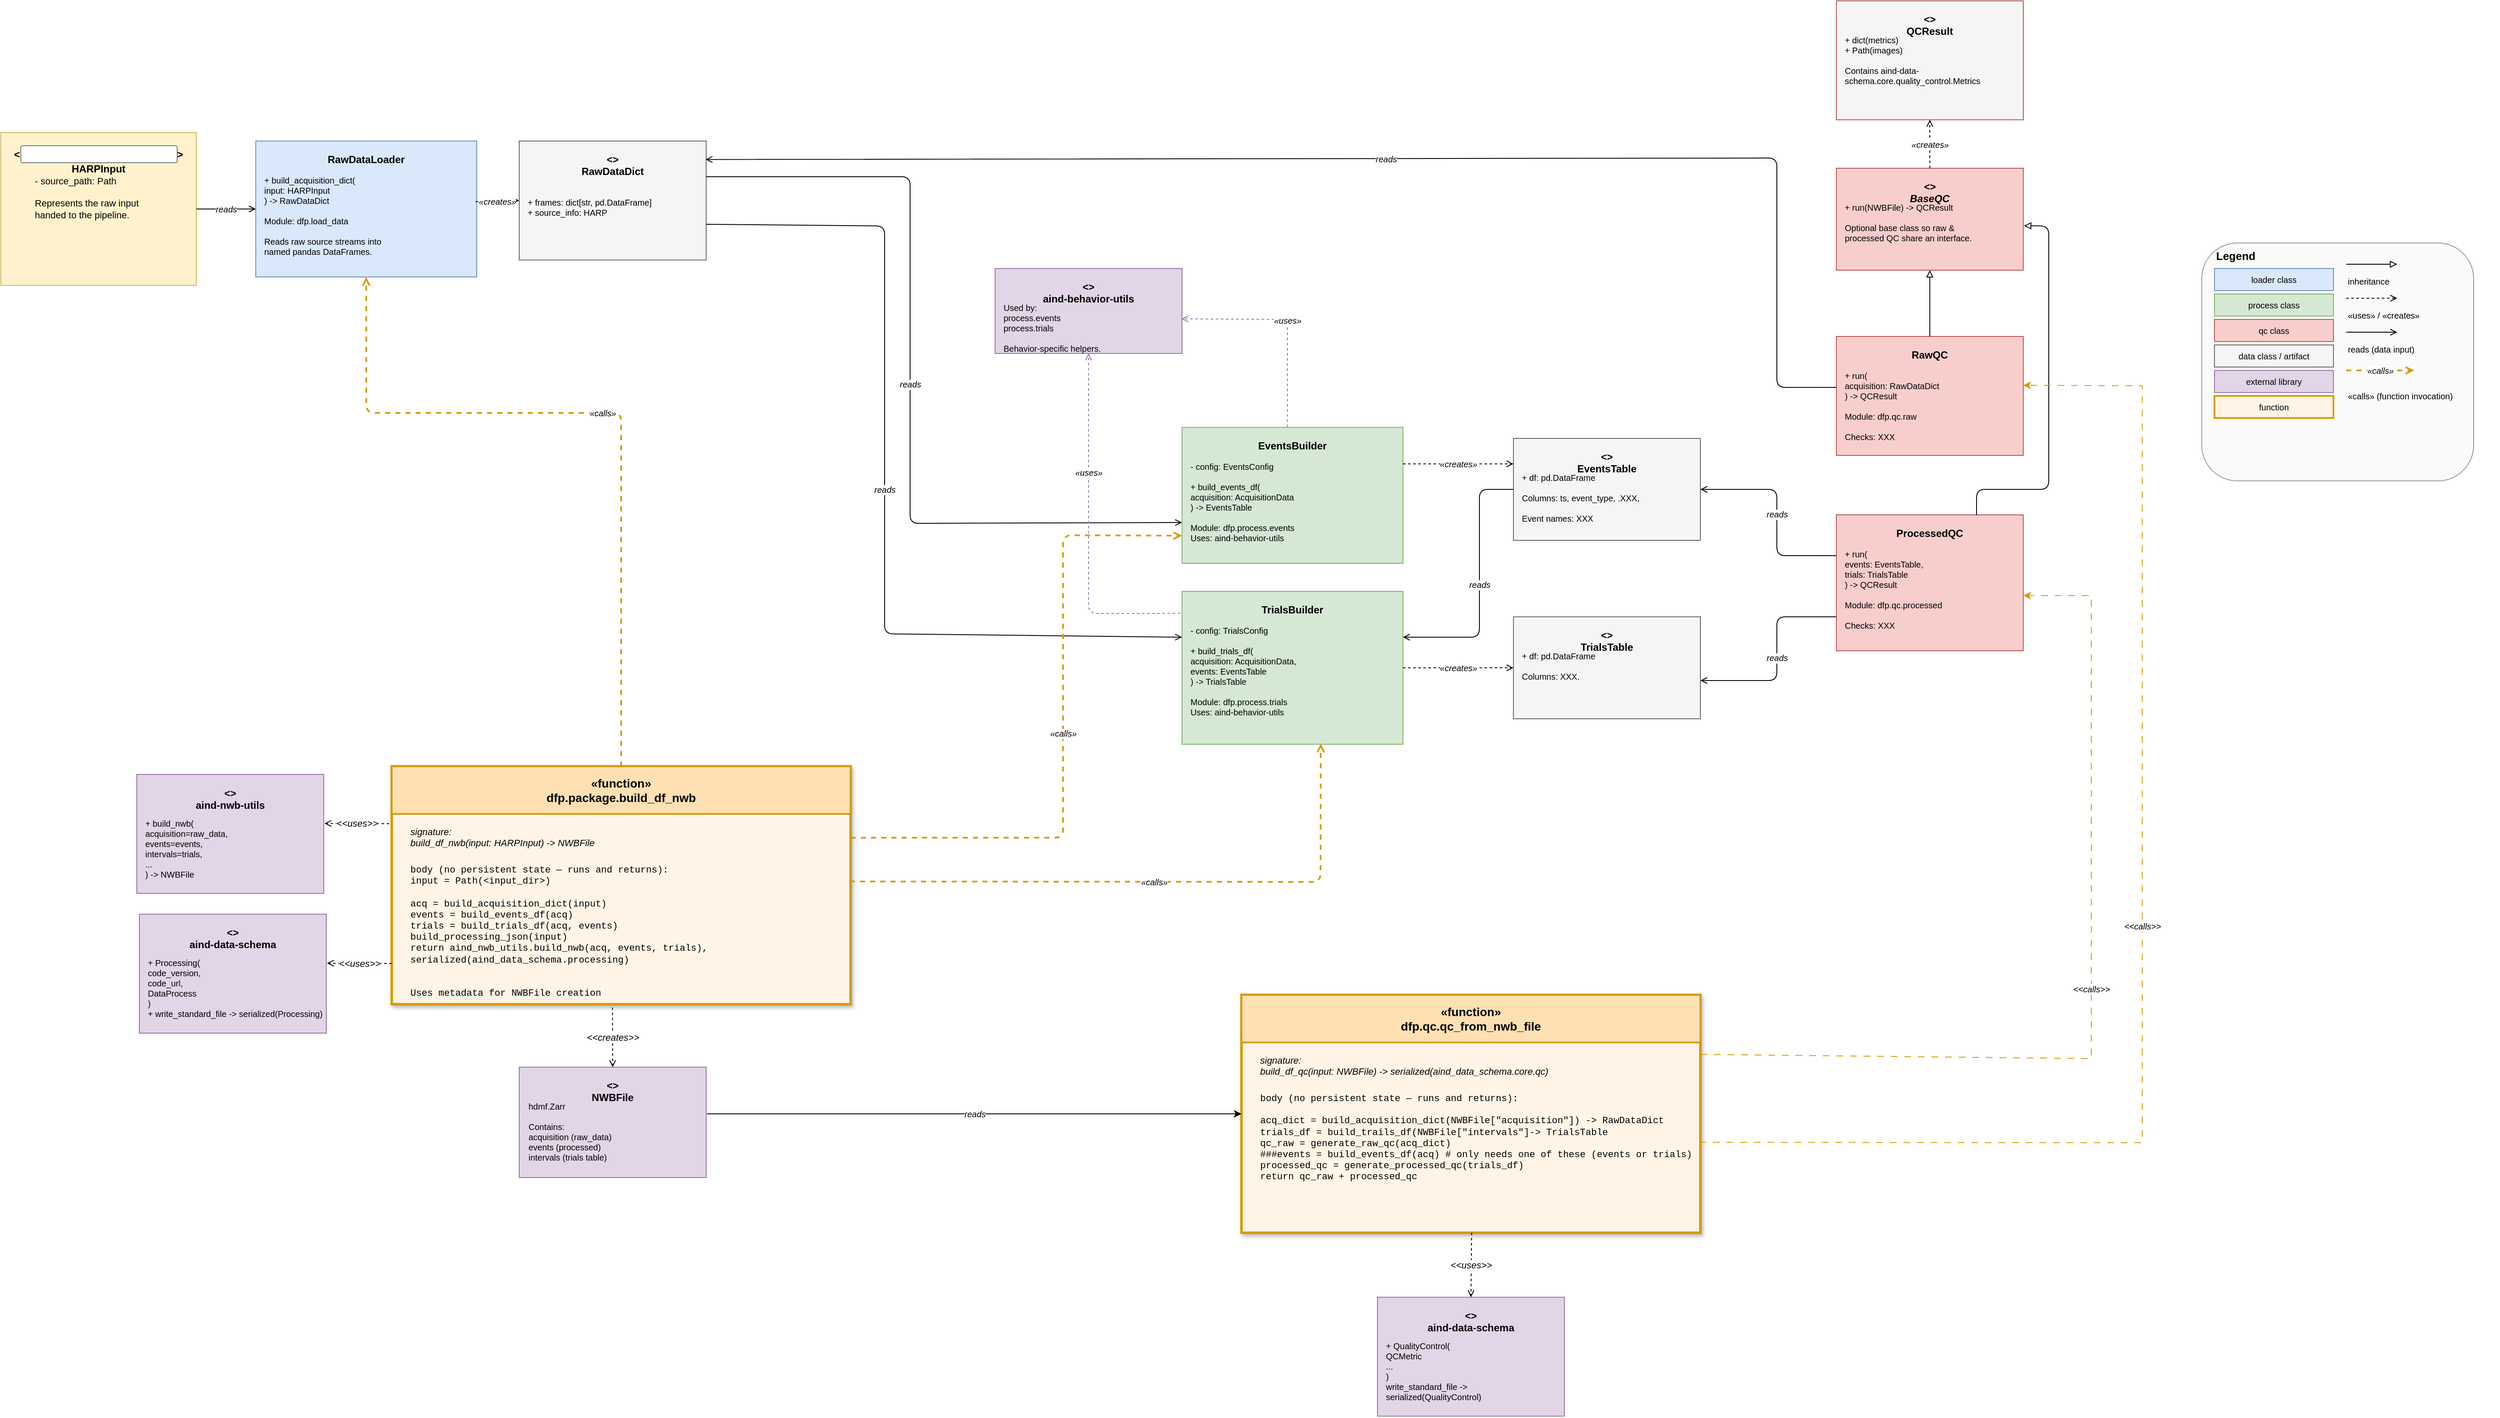
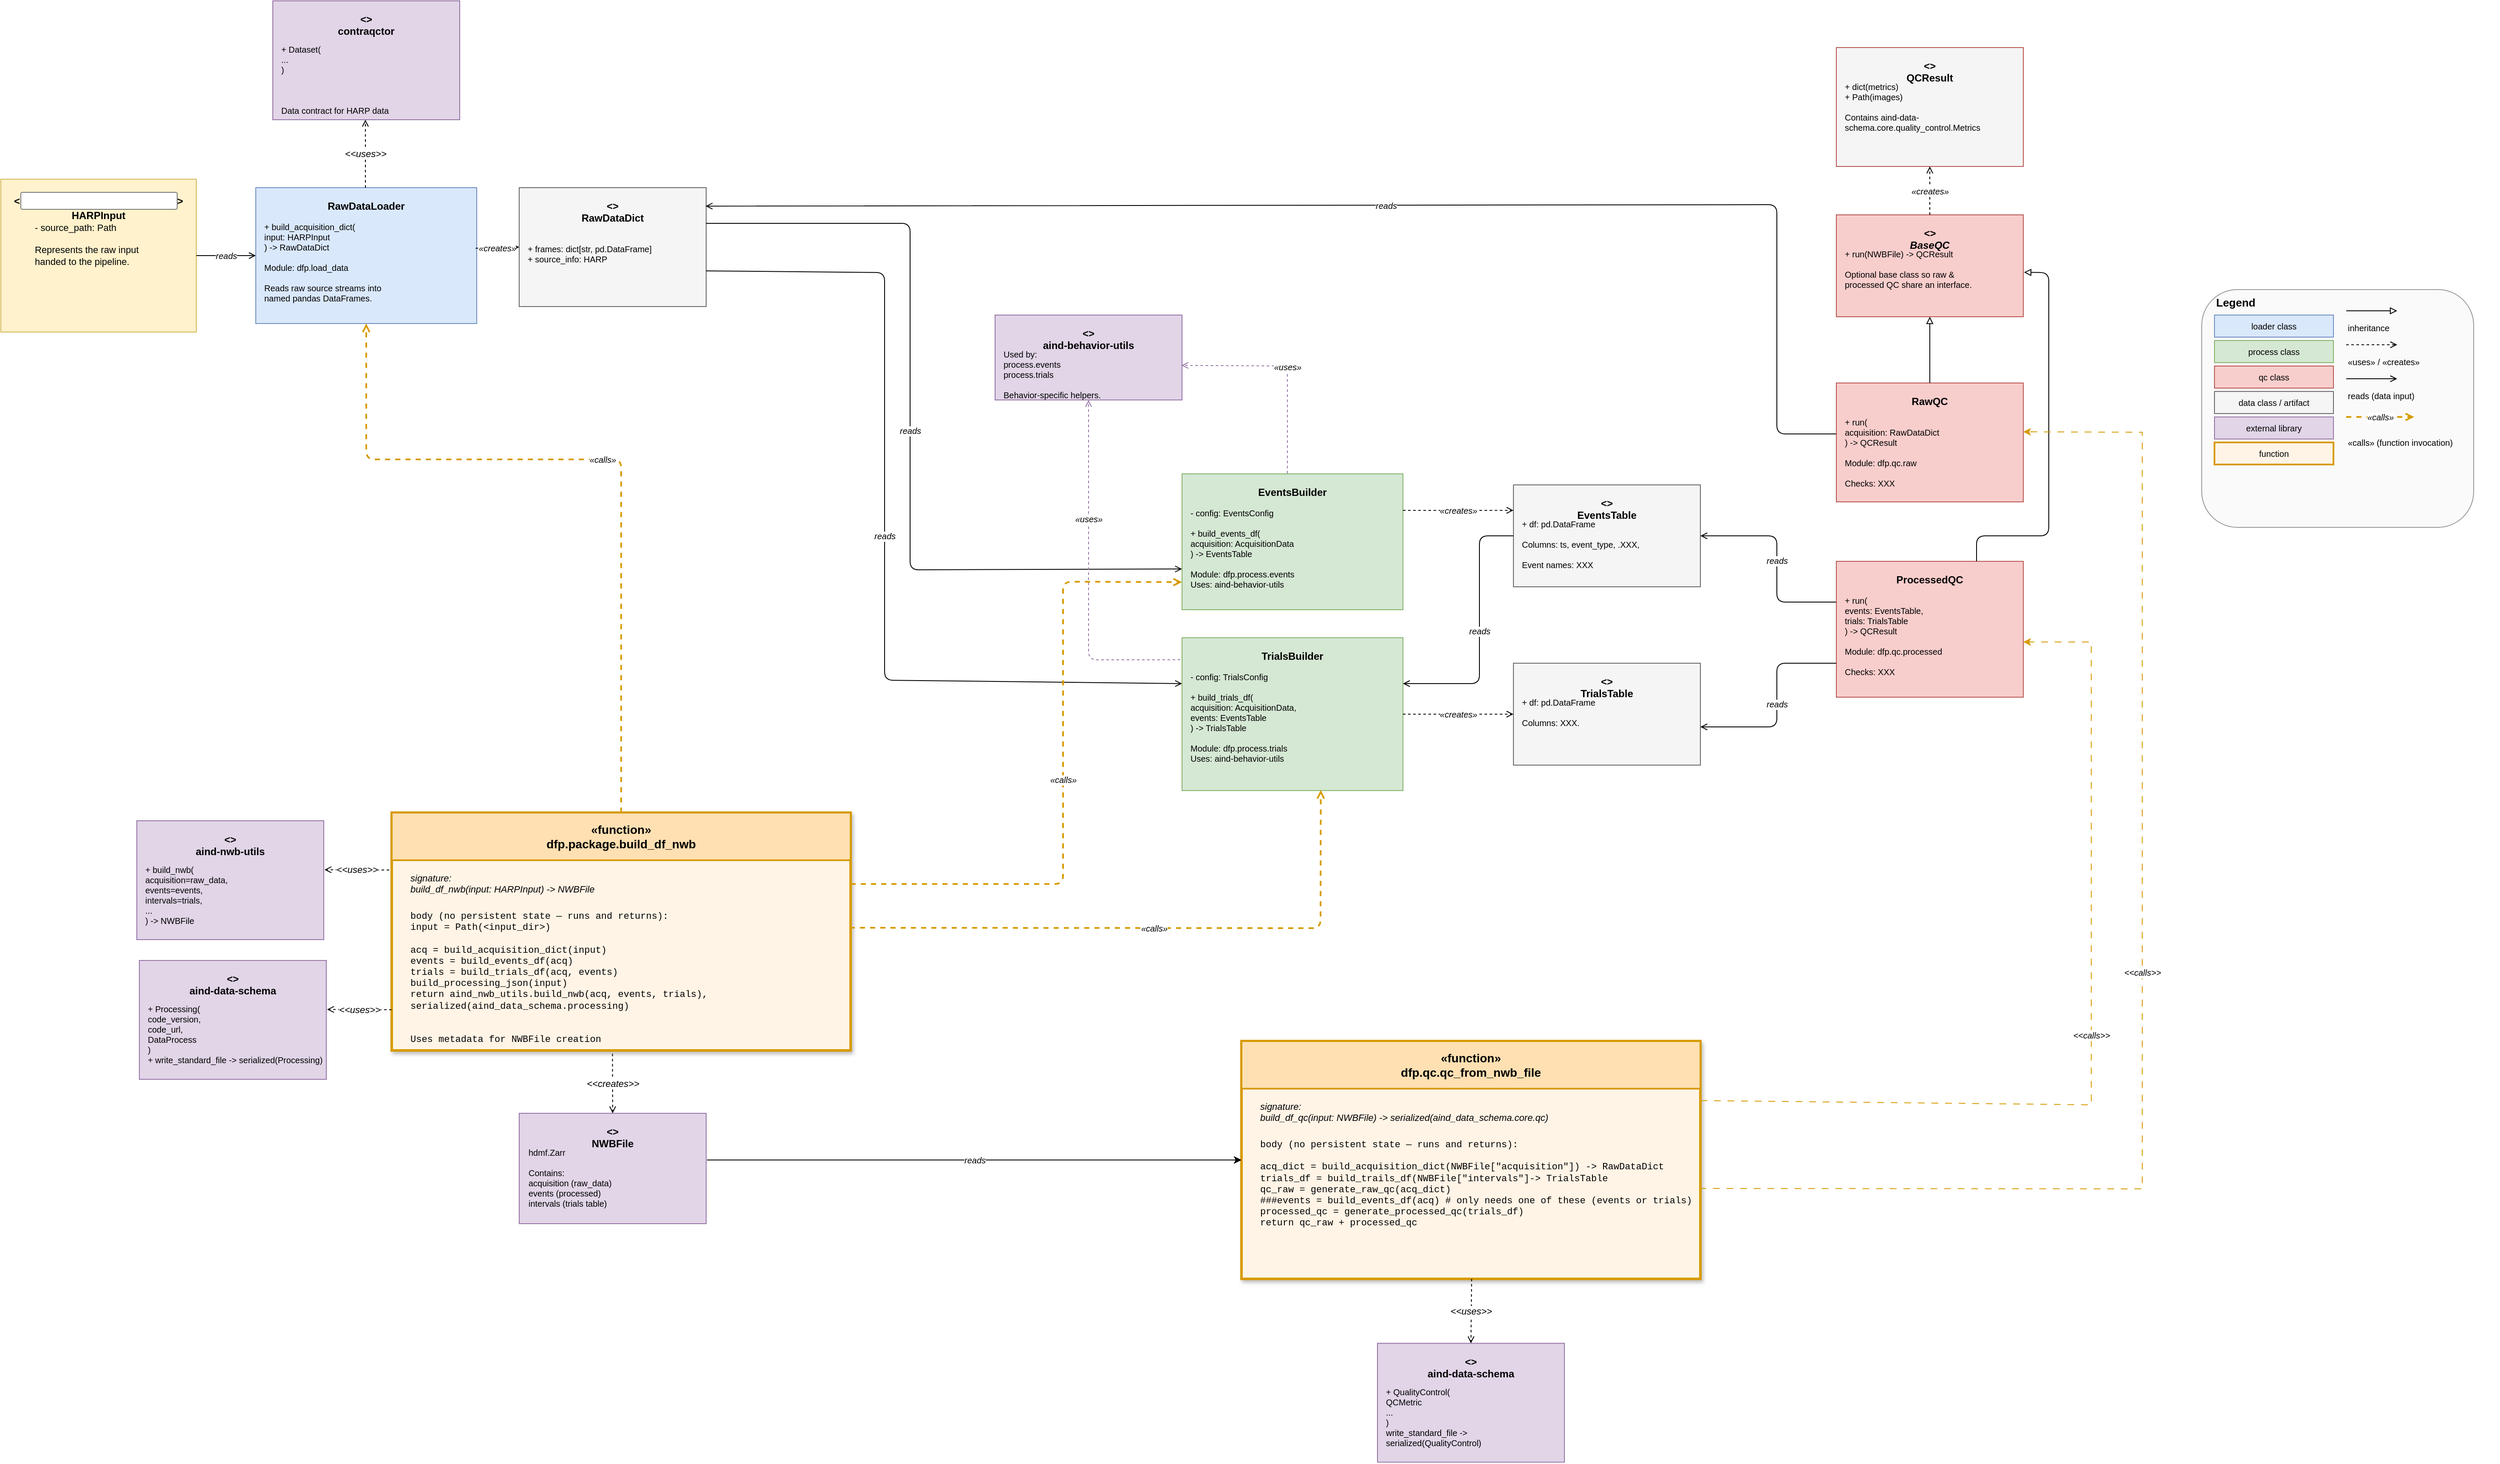
<mxfile host="Electron" agent="Mozilla/5.0 (Windows NT 10.0; Win64; x64) AppleWebKit/537.36 (KHTML, like Gecko) draw.io/29.2.9 Chrome/140.0.7339.249 Electron/38.7.2 Safari/537.36" version="29.2.9">
  <diagram name="UML Class Diagram" id="uml-classes">
-     <mxGraphModel dx="2910" dy="993" grid="1" gridSize="10" guides="1" tooltips="1" connect="1" arrows="1" fold="1" page="1" pageScale="1" pageWidth="1600" pageHeight="1100" math="0" shadow="0">
+     <mxGraphModel dx="2539" dy="593" grid="1" gridSize="10" guides="1" tooltips="1" connect="1" arrows="1" fold="1" page="1" pageScale="1" pageWidth="1600" pageHeight="1100" math="0" shadow="0">
      <root>
        <mxCell id="0" />
        <mxCell id="1" parent="0" />
        <mxCell id="harp-input" parent="1" style="rounded=0;whiteSpace=wrap;html=1;fillColor=#fff2cc;strokeColor=#d6b656;fontStyle=1;fontSize=12;verticalAlign=top;spacingTop=8" value="&lt;&lt;input&gt;&gt;&#xa;HARPInput" vertex="1">
          <mxGeometry height="180" width="230" x="-460" y="320" as="geometry" />
        </mxCell>
        <mxCell id="harp-input-body" parent="1" style="text;html=1;strokeColor=none;fillColor=none;align=left;verticalAlign=top;whiteSpace=wrap;fontSize=11;spacingLeft=8;spacingTop=4" value="- source_path: Path&lt;br&gt;&lt;br&gt;Represents the raw input&lt;br&gt;handed to the pipeline." vertex="1">
          <mxGeometry height="90" width="200" x="-430" y="360" as="geometry" />
        </mxCell>
        <mxCell id="acq-data" parent="1" style="rounded=0;whiteSpace=wrap;html=1;fillColor=#f5f5f5;strokeColor=#666666;fontStyle=1;fontSize=12;verticalAlign=top;spacingTop=8" value="&amp;lt;&lt;data class=&quot;&quot;&gt;&amp;gt;&lt;br&gt;RawDataDict&lt;/data&gt;" vertex="1">
          <mxGeometry height="140" width="220" x="150" y="330" as="geometry" />
        </mxCell>
        <mxCell id="acq-data-body" parent="1" style="text;html=1;strokeColor=none;fillColor=none;align=left;verticalAlign=top;whiteSpace=wrap;fontSize=10;spacingLeft=8;spacingTop=4" value="&lt;div&gt;&lt;br&gt;&lt;/div&gt;&lt;div&gt;&lt;br&gt;&lt;/div&gt;+ frames: dict[str, pd.DataFrame]&lt;br&gt;+ source_info: HARP&lt;br&gt;&lt;div&gt;&lt;br&gt;&lt;/div&gt;" vertex="1">
          <mxGeometry height="110" width="220" x="150" y="362" as="geometry" />
        </mxCell>
        <mxCell id="events-data" parent="1" style="rounded=0;whiteSpace=wrap;html=1;fillColor=#f5f5f5;strokeColor=#666666;fontStyle=1;fontSize=12;verticalAlign=top;spacingTop=8" value="&lt;&lt;data class&gt;&gt;&#xa;EventsTable" vertex="1">
          <mxGeometry height="120" width="220" x="1320" y="680" as="geometry" />
        </mxCell>
        <mxCell id="events-data-body" parent="1" style="text;html=1;strokeColor=none;fillColor=none;align=left;verticalAlign=top;whiteSpace=wrap;fontSize=10;spacingLeft=8;spacingTop=4" value="+ df: pd.DataFrame&lt;br&gt;&lt;br&gt;Columns: ts, event_type, .XXX,&lt;div&gt;&lt;br&gt;&lt;/div&gt;&lt;div&gt;Event names: XXX&lt;/div&gt;" vertex="1">
          <mxGeometry height="90" width="220" x="1320" y="710" as="geometry" />
        </mxCell>
        <mxCell id="trials-data" parent="1" style="rounded=0;whiteSpace=wrap;html=1;fillColor=#f5f5f5;strokeColor=#666666;fontStyle=1;fontSize=12;verticalAlign=top;spacingTop=8" value="&lt;&lt;data class&gt;&gt;&#xa;TrialsTable" vertex="1">
          <mxGeometry height="120" width="220" x="1320" y="890" as="geometry" />
        </mxCell>
        <mxCell id="trials-data-body" parent="1" style="text;html=1;strokeColor=none;fillColor=none;align=left;verticalAlign=top;whiteSpace=wrap;fontSize=10;spacingLeft=8;spacingTop=4" value="+ df: pd.DataFrame&lt;br&gt;&lt;br&gt;Columns: XXX." vertex="1">
          <mxGeometry height="90" width="220" x="1320" y="920" as="geometry" />
        </mxCell>
        <mxCell id="acq-loader" parent="1" style="rounded=0;whiteSpace=wrap;html=1;fillColor=#dae8fc;strokeColor=#6c8ebf;fontStyle=1;fontSize=12;verticalAlign=top;spacingTop=8" value="RawDataLoader" vertex="1">
          <mxGeometry height="160" width="260" x="-160" y="330" as="geometry" />
        </mxCell>
        <mxCell id="acq-loader-body" parent="1" style="text;html=1;strokeColor=none;fillColor=none;align=left;verticalAlign=top;whiteSpace=wrap;fontSize=10;spacingLeft=8;spacingTop=4" value="+ build_acquisition_dict(&lt;br&gt;     input: HARPInput&lt;br&gt;   ) -&amp;gt; RawDataDict&lt;br&gt;&lt;br&gt;Module: dfp.load_data&lt;br&gt;&lt;br&gt;Reads raw source streams into&lt;br&gt;named pandas DataFrames." vertex="1">
          <mxGeometry height="130" width="260" x="-160" y="360" as="geometry" />
        </mxCell>
        <mxCell id="events-builder" parent="1" style="rounded=0;whiteSpace=wrap;html=1;fillColor=#d5e8d4;strokeColor=#82b366;fontStyle=1;fontSize=12;verticalAlign=top;spacingTop=8" value="EventsBuilder" vertex="1">
          <mxGeometry height="160" width="260" x="930" y="667" as="geometry" />
        </mxCell>
        <mxCell id="events-builder-body" parent="1" style="text;html=1;strokeColor=none;fillColor=none;align=left;verticalAlign=top;whiteSpace=wrap;fontSize=10;spacingLeft=8;spacingTop=4" value="- config: EventsConfig&lt;br&gt;&lt;br&gt;+ build_events_df(&lt;br&gt;     acquisition: AcquisitionData&lt;br&gt;   ) -&amp;gt; EventsTable&amp;nbsp;&lt;br&gt;&lt;br&gt;Module: dfp.process.events&lt;br&gt;Uses: aind-behavior-utils" vertex="1">
          <mxGeometry height="130" width="260" x="930" y="697" as="geometry" />
        </mxCell>
        <mxCell id="trials-builder" parent="1" style="rounded=0;whiteSpace=wrap;html=1;fillColor=#d5e8d4;strokeColor=#82b366;fontStyle=1;fontSize=12;verticalAlign=top;spacingTop=8" value="TrialsBuilder" vertex="1">
          <mxGeometry height="180" width="260" x="930" y="860" as="geometry" />
        </mxCell>
        <mxCell id="trials-builder-body" parent="1" style="text;html=1;strokeColor=none;fillColor=none;align=left;verticalAlign=top;whiteSpace=wrap;fontSize=10;spacingLeft=8;spacingTop=4" value="- config: TrialsConfig&lt;br&gt;&lt;br&gt;+ build_trials_df(&lt;br&gt;     acquisition: AcquisitionData,&lt;br&gt;     events: EventsTable&lt;br&gt;   ) -&amp;gt; TrialsTable&lt;div&gt;&lt;br&gt;Module: dfp.process.trials&lt;br&gt;Uses: aind-behavior-utils&lt;/div&gt;" vertex="1">
          <mxGeometry height="150" width="260" x="930" y="890" as="geometry" />
        </mxCell>
        <mxCell id="qc-result" parent="1" style="rounded=0;whiteSpace=wrap;html=1;fillColor=#f5f5f5;strokeColor=#b85450;fontStyle=1;fontSize=12;verticalAlign=top;spacingTop=8" value="&lt;&lt;data class&gt;&gt;&#xa;QCResult" vertex="1">
          <mxGeometry height="140" width="220" x="1700" y="165" as="geometry" />
        </mxCell>
        <mxCell id="qc-result-body" parent="1" style="text;html=1;strokeColor=none;fillColor=none;align=left;verticalAlign=top;whiteSpace=wrap;fontSize=10;spacingLeft=8;spacingTop=4" value="+ dict(metrics)&lt;br&gt;&lt;div&gt;+ Path(images)&lt;br&gt;&lt;br&gt;Contains aind-data-schema.core.quality_control.Metrics&lt;/div&gt;" vertex="1">
          <mxGeometry height="110" width="220" x="1700" y="195" as="geometry" />
        </mxCell>
        <mxCell id="qc-base" parent="1" style="rounded=0;whiteSpace=wrap;html=1;fillColor=#f8cecc;strokeColor=#b85450;fontStyle=1;fontSize=12;verticalAlign=top;spacingTop=8;fontStyle=3" value="&lt;&lt;abstract&gt;&gt;&#xa;BaseQC" vertex="1">
          <mxGeometry height="120" width="220" x="1700" y="362" as="geometry" />
        </mxCell>
        <mxCell id="qc-base-body" parent="1" style="text;html=1;strokeColor=none;fillColor=none;align=left;verticalAlign=top;whiteSpace=wrap;fontSize=10;spacingLeft=8;spacingTop=4" value="+ run(NWBFile) -&amp;gt; QCResult&lt;br&gt;&lt;br&gt;Optional base class so raw &amp;amp;&lt;br&gt;processed QC share an interface." vertex="1">
          <mxGeometry height="90" width="220" x="1700" y="392" as="geometry" />
        </mxCell>
        <mxCell id="raw-qc" parent="1" style="rounded=0;whiteSpace=wrap;html=1;fillColor=#f8cecc;strokeColor=#b85450;fontStyle=1;fontSize=12;verticalAlign=top;spacingTop=8" value="RawQC" vertex="1">
          <mxGeometry height="140" width="220" x="1700" y="560" as="geometry" />
        </mxCell>
        <mxCell id="raw-qc-body" parent="1" style="text;html=1;strokeColor=none;fillColor=none;align=left;verticalAlign=top;whiteSpace=wrap;fontSize=10;spacingLeft=8;spacingTop=4" value="+ run(&lt;br&gt;     acquisition: RawDataDict&lt;br&gt;   ) -&amp;gt; QCResult&lt;br&gt;&lt;br&gt;Module: dfp.qc.raw&lt;br&gt;&lt;div&gt;&lt;br&gt;&lt;/div&gt;&lt;div&gt;Checks: XXX&lt;/div&gt;" vertex="1">
          <mxGeometry height="110" width="220" x="1700" y="590" as="geometry" />
        </mxCell>
        <mxCell id="proc-qc" parent="1" style="rounded=0;whiteSpace=wrap;html=1;fillColor=#f8cecc;strokeColor=#b85450;fontStyle=1;fontSize=12;verticalAlign=top;spacingTop=8" value="ProcessedQC" vertex="1">
          <mxGeometry height="160" width="220" x="1700" y="770" as="geometry" />
        </mxCell>
        <mxCell id="proc-qc-body" parent="1" style="text;html=1;strokeColor=none;fillColor=none;align=left;verticalAlign=top;whiteSpace=wrap;fontSize=10;spacingLeft=8;spacingTop=4" value="+ run(&lt;br&gt;     events: EventsTable,&lt;br&gt;     trials: TrialsTable&lt;br&gt;   ) -&amp;gt; QCResult&lt;br&gt;&lt;br&gt;Module: dfp.qc.processed&lt;br&gt;&lt;br&gt;Checks: XXX" vertex="1">
          <mxGeometry height="130" width="220" x="1700" y="800" as="geometry" />
        </mxCell>
        <mxCell id="pipeline" parent="1" style="rounded=0;whiteSpace=wrap;html=1;fillColor=#fff4e6;strokeColor=#d79b00;strokeWidth=3;fontStyle=1;fontSize=13;verticalAlign=top;spacingTop=8;shadow=1" value="" vertex="1">
          <mxGeometry height="280" width="540" y="1066" as="geometry" />
        </mxCell>
        <mxCell id="pipeline-header" parent="1" style="rounded=0;whiteSpace=wrap;html=1;fillColor=#ffe0b2;strokeColor=#d79b00;strokeWidth=2;fontStyle=1;fontSize=14;verticalAlign=middle;align=center" value="«function»&#xa;dfp.package.build_df_nwb" vertex="1">
          <mxGeometry height="56" width="540" y="1066" as="geometry" />
        </mxCell>
        <mxCell id="pipeline-sig" parent="1" style="text;html=1;strokeColor=none;fillColor=none;align=left;verticalAlign=top;whiteSpace=wrap;fontSize=11;fontStyle=2;spacingLeft=12;spacingTop=4" value="signature:&#xa;   build_df_nwb(input: HARPInput) -&gt; NWBFile" vertex="1">
          <mxGeometry height="40" width="524" x="8" y="1126" as="geometry" />
        </mxCell>
        <mxCell id="pipeline-body" parent="1" style="text;html=1;strokeColor=none;fillColor=none;align=left;verticalAlign=top;whiteSpace=wrap;fontSize=11;fontFamily=Courier New;spacingLeft=12;spacingTop=4" value="body (no persistent state — runs and returns):&lt;br&gt;input = Path(&amp;lt;input_dir&amp;gt;)&lt;div&gt;&lt;br&gt;   acq    = build_acquisition_dict(input)&lt;br&gt;   events = build_events_df(acq)&lt;br&gt;   trials = build_trials_df(acq, events)&lt;div&gt;build_processing_json(input)&lt;br&gt;return aind_nwb_utils.build_nwb(acq, events, trials), serialized(aind_data_schema.processing)&lt;div&gt;&lt;br&gt;&lt;/div&gt;&lt;div&gt;&lt;br&gt;&lt;/div&gt;&lt;div&gt;Uses metadata for NWBFile creation&lt;/div&gt;&lt;/div&gt;&lt;/div&gt;" vertex="1">
          <mxGeometry height="170" width="524" x="8" y="1171" as="geometry" />
        </mxCell>
        <mxCell id="ext-behavior" parent="1" style="rounded=0;whiteSpace=wrap;html=1;fillColor=#e1d5e7;strokeColor=#9673a6;fontStyle=1;fontSize=12;verticalAlign=top;spacingTop=8" value="&lt;&lt;external&gt;&gt;&#xa;aind-behavior-utils" vertex="1">
          <mxGeometry height="100" width="220" x="710" y="480" as="geometry" />
        </mxCell>
        <mxCell id="ext-behavior-body" parent="1" style="text;html=1;strokeColor=none;fillColor=none;align=left;verticalAlign=top;whiteSpace=wrap;fontSize=10;spacingLeft=8;spacingTop=4" value="Used by:&#xa;  process.events&#xa;  process.trials&#xa;&#xa;Behavior-specific helpers." vertex="1">
          <mxGeometry height="70" width="220" x="710" y="510" as="geometry" />
        </mxCell>
        <mxCell id="ext-nwb" parent="1" style="rounded=0;whiteSpace=wrap;html=1;fillColor=#e1d5e7;strokeColor=#9673a6;fontStyle=1;fontSize=12;verticalAlign=top;spacingTop=8" value="&lt;&lt;external&gt;&gt;&#xa;aind-nwb-utils" vertex="1">
          <mxGeometry height="140" width="220" x="-300" y="1075.5" as="geometry" />
        </mxCell>
        <mxCell id="ext-nwb-body" parent="1" style="text;html=1;strokeColor=none;fillColor=none;align=left;verticalAlign=top;whiteSpace=wrap;fontSize=10;spacingLeft=8;spacingTop=4" value="+ build_nwb(&lt;br&gt;acquisition=raw_data,&lt;br&gt;events=events,&lt;br&gt;intervals=trials,&lt;br&gt;     ...&lt;br&gt;   ) -&amp;gt; NWBFile&lt;div&gt;&lt;br&gt;&lt;/div&gt;" vertex="1">
          <mxGeometry height="100" width="220" x="-300" y="1116.5" as="geometry" />
        </mxCell>
        <mxCell id="nwb-file" parent="1" style="rounded=0;whiteSpace=wrap;html=1;fillColor=#e1d5e7;strokeColor=#9673a6;fontStyle=1;fontSize=12;verticalAlign=top;spacingTop=8" value="&lt;&lt;external&gt;&gt;&#xa;NWBFile" vertex="1">
          <mxGeometry height="130" width="220" x="150" y="1420" as="geometry" />
        </mxCell>
        <mxCell id="nwb-file-body" parent="1" style="text;html=1;strokeColor=none;fillColor=none;align=left;verticalAlign=top;whiteSpace=wrap;fontSize=10;spacingLeft=8;spacingTop=4" value="hdmf.Zarr&lt;br&gt;&lt;br&gt;Contains:&lt;br&gt;  acquisition  (raw_data)&lt;br&gt;  events       (processed)&lt;br&gt;  intervals    (trials table)" vertex="1">
          <mxGeometry height="100" width="220" x="151" y="1450" as="geometry" />
        </mxCell>
        <mxCell id="rel-1" edge="1" parent="1" source="harp-input" style="endArrow=open;html=1;exitX=1;exitY=0.5;exitDx=0;exitDy=0;entryX=0;entryY=0.5;entryDx=0;entryDy=0;fontSize=10;fontStyle=2" target="acq-loader" value="reads">
          <mxGeometry relative="1" as="geometry" />
        </mxCell>
        <mxCell id="rel-2" edge="1" parent="1" source="acq-loader-body" style="endArrow=open;html=1;dashed=1;exitX=0.995;exitY=0.318;exitDx=0;exitDy=0;entryX=0;entryY=0.5;entryDx=0;entryDy=0;fontSize=10;fontStyle=2;exitPerimeter=0;" target="acq-data" value="«creates»">
          <mxGeometry relative="1" as="geometry" />
        </mxCell>
        <mxCell id="rel-3" edge="1" parent="1" source="acq-data" style="endArrow=open;html=1;exitX=1;exitY=0.3;exitDx=0;exitDy=0;entryX=0;entryY=0.7;entryDx=0;entryDy=0;fontSize=10;fontStyle=2" target="events-builder" value="reads">
          <mxGeometry relative="1" as="geometry">
            <Array as="points">
              <mxPoint x="610" y="372" />
              <mxPoint x="610" y="780" />
            </Array>
          </mxGeometry>
        </mxCell>
        <mxCell id="rel-4" edge="1" parent="1" style="endArrow=open;html=1;dashed=1;exitX=1;exitY=0.5;exitDx=0;exitDy=0;fontSize=10;fontStyle=2" value="«creates»">
          <mxGeometry relative="1" as="geometry">
            <mxPoint x="1190" y="710" as="sourcePoint" />
            <mxPoint x="1320" y="710" as="targetPoint" />
          </mxGeometry>
        </mxCell>
        <mxCell id="rel-5" edge="1" parent="1" source="acq-data" style="endArrow=open;html=1;exitX=1;exitY=0.7;exitDx=0;exitDy=0;entryX=0;entryY=0.3;entryDx=0;entryDy=0;fontSize=10;fontStyle=2" target="trials-builder" value="reads">
          <mxGeometry relative="1" as="geometry">
            <Array as="points">
              <mxPoint x="580" y="430" />
              <mxPoint x="580" y="910" />
            </Array>
          </mxGeometry>
        </mxCell>
        <mxCell id="rel-6" edge="1" parent="1" source="events-data" style="endArrow=open;html=1;exitX=0;exitY=0.5;exitDx=0;exitDy=0;entryX=1;entryY=0.3;entryDx=0;entryDy=0;fontSize=10;fontStyle=2" target="trials-builder" value="reads">
          <mxGeometry relative="1" as="geometry">
            <Array as="points">
              <mxPoint x="1280" y="740" />
              <mxPoint x="1280" y="914" />
            </Array>
          </mxGeometry>
        </mxCell>
        <mxCell id="rel-7" edge="1" parent="1" source="trials-builder" style="endArrow=open;html=1;dashed=1;exitX=1;exitY=0.5;exitDx=0;exitDy=0;entryX=0;entryY=0.5;entryDx=0;entryDy=0;fontSize=10;fontStyle=2" target="trials-data" value="«creates»">
          <mxGeometry relative="1" as="geometry" />
        </mxCell>
        <mxCell id="rel-inh-1" edge="1" parent="1" source="raw-qc" style="endArrow=block;endFill=0;html=1;exitX=0.5;exitY=0;exitDx=0;exitDy=0;entryX=0.5;entryY=1;entryDx=0;entryDy=0" target="qc-base">
          <mxGeometry relative="1" as="geometry" />
        </mxCell>
        <mxCell id="rel-inh-2" edge="1" parent="1" source="proc-qc" style="endArrow=block;endFill=0;html=1;exitX=0.75;exitY=0;exitDx=0;exitDy=0;entryX=1.004;entryY=0.419;entryDx=0;entryDy=0;entryPerimeter=0;" target="qc-base-body">
          <mxGeometry relative="1" as="geometry">
            <Array as="points">
              <mxPoint x="1865" y="740" />
              <mxPoint x="1950" y="740" />
              <mxPoint x="1950" y="430" />
            </Array>
          </mxGeometry>
        </mxCell>
        <mxCell id="rel-qc-result-1" edge="1" parent="1" source="qc-base" style="endArrow=open;html=1;dashed=1;exitX=0.5;exitY=0;exitDx=0;exitDy=0;entryX=0.5;entryY=1;entryDx=0;entryDy=0;fontSize=10;fontStyle=2" target="qc-result" value="«creates»">
          <mxGeometry relative="1" as="geometry" />
        </mxCell>
        <mxCell id="rel-qc-proc-read-1" edge="1" parent="1" source="proc-qc" style="endArrow=open;html=1;exitX=0;exitY=0.3;exitDx=0;exitDy=0;entryX=1;entryY=0.5;entryDx=0;entryDy=0;fontSize=10;fontStyle=2" target="events-data" value="reads">
          <mxGeometry relative="1" as="geometry">
            <Array as="points">
              <mxPoint x="1630" y="818" />
              <mxPoint x="1630" y="740" />
            </Array>
          </mxGeometry>
        </mxCell>
        <mxCell id="rel-evt-bh" edge="1" parent="1" source="events-builder" style="endArrow=open;html=1;dashed=1;exitX=0.477;exitY=-0.003;exitDx=0;exitDy=0;entryX=0.997;entryY=0.418;entryDx=0;entryDy=0;fontSize=10;fontStyle=2;strokeColor=#9673a6;entryPerimeter=0;exitPerimeter=0;" target="ext-behavior-body" value="«uses»">
          <mxGeometry relative="1" as="geometry">
            <Array as="points">
              <mxPoint x="1054" y="540" />
            </Array>
          </mxGeometry>
        </mxCell>
        <mxCell id="rel-tri-bh" edge="1" parent="1" source="trials-builder" style="endArrow=open;html=1;dashed=1;exitX=-0.008;exitY=0.144;exitDx=0;exitDy=0;entryX=0.5;entryY=1;entryDx=0;entryDy=0;fontSize=10;fontStyle=2;strokeColor=#9673a6;exitPerimeter=0;" target="ext-behavior-body" value="«uses»">
          <mxGeometry relative="1" x="0.3235" as="geometry">
            <mxPoint as="offset" />
            <Array as="points">
              <mxPoint x="820" y="886" />
              <mxPoint x="820" y="700" />
            </Array>
          </mxGeometry>
        </mxCell>
        <mxCell id="legend-box" parent="1" style="rounded=1;whiteSpace=wrap;html=1;fillColor=#fafafa;strokeColor=#999999" value="" vertex="1">
          <mxGeometry height="280" width="320" x="2130" y="450" as="geometry" />
        </mxCell>
        <mxCell id="legend-title" parent="1" style="text;html=1;strokeColor=none;fillColor=none;align=left;verticalAlign=middle;whiteSpace=wrap;fontSize=13;fontStyle=1" value="Legend" vertex="1">
          <mxGeometry height="20" width="100" x="2145" y="455" as="geometry" />
        </mxCell>
        <mxCell id="leg-load-c" parent="1" style="rounded=0;whiteSpace=wrap;html=1;fillColor=#dae8fc;strokeColor=#6c8ebf;fontSize=10" value="loader class" vertex="1">
          <mxGeometry height="26" width="140" x="2145" y="480" as="geometry" />
        </mxCell>
        <mxCell id="leg-proc-c" parent="1" style="rounded=0;whiteSpace=wrap;html=1;fillColor=#d5e8d4;strokeColor=#82b366;fontSize=10" value="process class" vertex="1">
          <mxGeometry height="26" width="140" x="2145" y="510" as="geometry" />
        </mxCell>
        <mxCell id="leg-qc-c" parent="1" style="rounded=0;whiteSpace=wrap;html=1;fillColor=#f8cecc;strokeColor=#b85450;fontSize=10" value="qc class" vertex="1">
          <mxGeometry height="26" width="140" x="2145" y="540" as="geometry" />
        </mxCell>
        <mxCell id="leg-data-c" parent="1" style="rounded=0;whiteSpace=wrap;html=1;fillColor=#f5f5f5;strokeColor=#666666;fontSize=10" value="data class / artifact" vertex="1">
          <mxGeometry height="26" width="140" x="2145" y="570" as="geometry" />
        </mxCell>
        <mxCell id="leg-ext-c" parent="1" style="rounded=0;whiteSpace=wrap;html=1;fillColor=#e1d5e7;strokeColor=#9673a6;fontSize=10" value="external library" vertex="1">
          <mxGeometry height="26" width="140" x="2145" y="600" as="geometry" />
        </mxCell>
        <mxCell id="leg-arr-inh" edge="1" parent="1" style="endArrow=block;endFill=0;html=1">
          <mxGeometry relative="1" as="geometry">
            <mxPoint x="2300" y="475" as="sourcePoint" />
            <mxPoint x="2360" y="475" as="targetPoint" />
          </mxGeometry>
        </mxCell>
        <mxCell id="leg-arr-inh-lbl" parent="1" style="text;html=1;strokeColor=none;fillColor=none;align=left;verticalAlign=middle;whiteSpace=wrap;fontSize=10" value="inheritance" vertex="1">
          <mxGeometry height="20" width="140" x="2300" y="485" as="geometry" />
        </mxCell>
        <mxCell id="leg-arr-dep" edge="1" parent="1" style="endArrow=open;html=1;dashed=1">
          <mxGeometry relative="1" as="geometry">
            <mxPoint x="2300" y="515" as="sourcePoint" />
            <mxPoint x="2360" y="515" as="targetPoint" />
          </mxGeometry>
        </mxCell>
        <mxCell id="leg-arr-dep-lbl" parent="1" style="text;html=1;strokeColor=none;fillColor=none;align=left;verticalAlign=middle;whiteSpace=wrap;fontSize=10" value="«uses» / «creates»" vertex="1">
          <mxGeometry height="20" width="140" x="2300" y="525" as="geometry" />
        </mxCell>
        <mxCell id="leg-arr-read" edge="1" parent="1" style="endArrow=open;html=1">
          <mxGeometry relative="1" as="geometry">
            <mxPoint x="2300" y="555" as="sourcePoint" />
            <mxPoint x="2360" y="555" as="targetPoint" />
          </mxGeometry>
        </mxCell>
        <mxCell id="leg-arr-read-lbl" parent="1" style="text;html=1;strokeColor=none;fillColor=none;align=left;verticalAlign=middle;whiteSpace=wrap;fontSize=10" value="reads (data input)" vertex="1">
          <mxGeometry height="20" width="140" x="2300" y="565" as="geometry" />
        </mxCell>
        <mxCell id="leg-fn-shape" parent="1" style="rounded=0;whiteSpace=wrap;html=1;fillColor=#fff4e6;strokeColor=#d79b00;strokeWidth=2;fontSize=10" value="function" vertex="1">
          <mxGeometry height="26" width="140" x="2145" y="630" as="geometry" />
        </mxCell>
        <mxCell id="leg-arr-calls-lbl" parent="1" style="text;html=1;strokeColor=none;fillColor=none;align=left;verticalAlign=middle;whiteSpace=wrap;fontSize=10" value="«calls» (function invocation)" vertex="1">
          <mxGeometry height="20" width="180" x="2300" y="620" as="geometry" />
        </mxCell>
        <mxCell id="fn-call-loader" edge="1" parent="1" source="pipeline" style="endArrow=open;html=1;dashed=1;strokeColor=#d79b00;strokeWidth=2;fontSize=10;fontStyle=2;exitX=0.5;exitY=0;exitDx=0;exitDy=0;entryX=0.5;entryY=1;entryDx=0;entryDy=0" target="acq-loader" value="«calls»">
          <mxGeometry relative="1" as="geometry">
            <Array as="points">
              <mxPoint x="270" y="650" />
              <mxPoint x="-30" y="650" />
            </Array>
          </mxGeometry>
        </mxCell>
        <mxCell id="fn-call-events" edge="1" parent="1" style="endArrow=open;html=1;dashed=1;strokeColor=#d79b00;strokeWidth=2;fontSize=10;fontStyle=2;exitX=1;exitY=0.3;exitDx=0;exitDy=0;entryX=0;entryY=0.75;entryDx=0;entryDy=0;" value="«calls»">
          <mxGeometry relative="1" as="geometry">
            <Array as="points">
              <mxPoint x="790" y="1150" />
              <mxPoint x="790" y="794" />
            </Array>
            <mxPoint x="540" y="1150" as="sourcePoint" />
            <mxPoint x="930" y="794.4999999999998" as="targetPoint" />
          </mxGeometry>
        </mxCell>
        <mxCell id="fn-call-trials" edge="1" parent="1" source="pipeline" style="endArrow=open;html=1;dashed=1;strokeColor=#d79b00;strokeWidth=2;fontSize=10;fontStyle=2;exitX=0.998;exitY=0.484;exitDx=0;exitDy=0;entryX=0.628;entryY=0.995;entryDx=0;entryDy=0;entryPerimeter=0;exitPerimeter=0;" target="trials-builder-body" value="«calls»">
          <mxGeometry relative="1" as="geometry">
            <Array as="points">
              <mxPoint x="1093" y="1202" />
            </Array>
            <mxPoint x="543.2399999999998" y="1251" as="sourcePoint" />
            <mxPoint x="1400" y="740" as="targetPoint" />
          </mxGeometry>
        </mxCell>
        <mxCell id="m8c6z9ei10z-oPjGgRjr-2" edge="1" parent="1" style="endArrow=open;html=1;dashed=1;entryX=1.004;entryY=0.167;entryDx=0;entryDy=0;entryPerimeter=0;" target="ext-nwb-body" value="&lt;i&gt;&amp;lt;&amp;lt;uses&amp;gt;&amp;gt;&lt;/i&gt;">
          <mxGeometry relative="1" x="0.0035" as="geometry">
            <mxPoint as="offset" />
            <mxPoint x="-3" y="1133.5" as="sourcePoint" />
            <mxPoint x="40" y="1045.5" as="targetPoint" />
          </mxGeometry>
        </mxCell>
        <mxCell id="m8c6z9ei10z-oPjGgRjr-4" edge="1" parent="1" source="pipeline" style="endArrow=open;html=1;dashed=1;entryX=0.5;entryY=0;entryDx=0;entryDy=0;exitX=0.481;exitY=1.014;exitDx=0;exitDy=0;exitPerimeter=0;" target="nwb-file" value="&lt;i&gt;&amp;lt;&amp;lt;creates&amp;gt;&amp;gt;&lt;/i&gt;">
          <mxGeometry relative="1" x="0.0035" as="geometry">
            <mxPoint as="offset" />
            <mxPoint x="276" y="1390" as="sourcePoint" />
            <mxPoint x="200" y="1390" as="targetPoint" />
          </mxGeometry>
        </mxCell>
        <mxCell id="m8c6z9ei10z-oPjGgRjr-5" edge="1" parent="1" style="endArrow=open;html=1;dashed=1;strokeColor=#d79b00;strokeWidth=2;fontSize=10;fontStyle=2;" value="«calls»">
          <mxGeometry relative="1" as="geometry">
            <mxPoint x="2300" y="600" as="sourcePoint" />
            <mxPoint x="2380" y="600" as="targetPoint" />
          </mxGeometry>
        </mxCell>
        <mxCell id="m8c6z9ei10z-oPjGgRjr-6" edge="1" parent="1" style="endArrow=open;html=1;fontSize=10;fontStyle=2;entryX=0.997;entryY=0.155;entryDx=0;entryDy=0;entryPerimeter=0;" target="acq-data" value="reads">
          <mxGeometry relative="1" as="geometry">
            <Array as="points">
              <mxPoint x="1630" y="620" />
              <mxPoint x="1630" y="350" />
            </Array>
            <mxPoint x="1700" y="620" as="sourcePoint" />
            <mxPoint x="450" y="340" as="targetPoint" />
          </mxGeometry>
        </mxCell>
        <mxCell id="m8c6z9ei10z-oPjGgRjr-7" parent="1" style="rounded=0;whiteSpace=wrap;html=1;fillColor=#fff4e6;strokeColor=#d79b00;strokeWidth=3;fontStyle=1;fontSize=13;verticalAlign=top;spacingTop=8;shadow=1" value="" vertex="1">
          <mxGeometry height="280" width="540" x="1000" y="1335" as="geometry" />
        </mxCell>
        <mxCell id="m8c6z9ei10z-oPjGgRjr-8" parent="1" style="rounded=0;whiteSpace=wrap;html=1;fillColor=#ffe0b2;strokeColor=#d79b00;strokeWidth=2;fontStyle=1;fontSize=14;verticalAlign=middle;align=center" value="«function»&lt;br&gt;dfp.qc.qc_from_nwb_file" vertex="1">
          <mxGeometry height="56" width="540" x="1000" y="1335" as="geometry" />
        </mxCell>
        <mxCell id="m8c6z9ei10z-oPjGgRjr-9" parent="1" style="text;html=1;strokeColor=none;fillColor=none;align=left;verticalAlign=top;whiteSpace=wrap;fontSize=11;fontStyle=2;spacingLeft=12;spacingTop=4" value="signature:&lt;br&gt;   build_df_qc(input: NWBFile) -&amp;gt; serialized(aind_data_schema.core.qc)" vertex="1">
          <mxGeometry height="40" width="524" x="1008" y="1395" as="geometry" />
        </mxCell>
        <mxCell id="m8c6z9ei10z-oPjGgRjr-10" parent="1" style="text;html=1;strokeColor=none;fillColor=none;align=left;verticalAlign=top;whiteSpace=wrap;fontSize=11;fontFamily=Courier New;spacingLeft=12;spacingTop=4" value="body (no persistent state — runs and returns):&lt;br&gt;&lt;br&gt;   acq_dict = build_acquisition_dict(NWBFile[&quot;acquisition&quot;]) -&amp;gt; RawDataDict&lt;div&gt;trials_df = build_trails_df(NWBFile[&quot;intervals&quot;]-&amp;gt; TrialsTable&lt;br&gt;   qc_raw = generate_raw_qc(acq_dict)&lt;br&gt;###events = build_events_df(acq) # only needs one of these (events or trials)&lt;br&gt;processed_qc = generate_processed_qc(trials_df)&lt;br&gt;return qc_raw + processed_qc&lt;/div&gt;" vertex="1">
          <mxGeometry height="170" width="524" x="1008" y="1440" as="geometry" />
        </mxCell>
        <mxCell id="m8c6z9ei10z-oPjGgRjr-11" edge="1" parent="1" source="nwb-file-body" style="endArrow=classic;html=1;rounded=0;exitX=1;exitY=0.25;exitDx=0;exitDy=0;entryX=0;entryY=0.5;entryDx=0;entryDy=0;" target="m8c6z9ei10z-oPjGgRjr-7" value="&lt;i&gt;&lt;font style=&quot;font-size: 10px;&quot;&gt;reads&lt;/font&gt;&lt;/i&gt;">
          <mxGeometry height="50" relative="1" width="50" as="geometry">
            <mxPoint x="510" y="1530" as="sourcePoint" />
            <mxPoint x="560" y="1480" as="targetPoint" />
          </mxGeometry>
        </mxCell>
        <mxCell id="m8c6z9ei10z-oPjGgRjr-12" edge="1" parent="1" source="m8c6z9ei10z-oPjGgRjr-7" style="endArrow=classic;html=1;rounded=0;exitX=1;exitY=0.25;exitDx=0;exitDy=0;entryX=1;entryY=0.5;entryDx=0;entryDy=0;fillColor=#ffe6cc;strokeColor=#d79b00;dashed=1;dashPattern=8 8;" target="proc-qc-body" value="&lt;font style=&quot;font-size: 10px;&quot;&gt;&lt;i&gt;&amp;lt;&amp;lt;calls&amp;gt;&amp;gt;&lt;/i&gt;&lt;/font&gt;">
          <mxGeometry height="50" relative="1" width="50" as="geometry">
            <Array as="points">
              <mxPoint x="2000" y="1410" />
              <mxPoint x="2000" y="865" />
            </Array>
            <mxPoint x="1580" y="1420" as="sourcePoint" />
            <mxPoint x="2080" y="890" as="targetPoint" />
          </mxGeometry>
        </mxCell>
        <mxCell id="m8c6z9ei10z-oPjGgRjr-13" edge="1" parent="1" source="m8c6z9ei10z-oPjGgRjr-10" style="endArrow=classic;html=1;rounded=0;exitX=1.013;exitY=0.403;exitDx=0;exitDy=0;fillColor=#ffe6cc;strokeColor=#d79b00;dashed=1;dashPattern=8 8;entryX=1;entryY=0.25;entryDx=0;entryDy=0;exitPerimeter=0;" target="raw-qc-body" value="&lt;font style=&quot;font-size: 10px;&quot;&gt;&lt;i&gt;&amp;lt;&amp;lt;calls&amp;gt;&amp;gt;&lt;/i&gt;&lt;/font&gt;">
          <mxGeometry height="50" relative="1" width="50" as="geometry">
            <Array as="points">
              <mxPoint x="2060" y="1509" />
              <mxPoint x="2060" y="618" />
            </Array>
            <mxPoint x="1800" y="1940" as="sourcePoint" />
            <mxPoint x="2040" y="730" as="targetPoint" />
          </mxGeometry>
        </mxCell>
        <mxCell id="pKCupIB12PNV7ax-_ztc-2" edge="1" parent="1" style="endArrow=open;html=1;exitX=0;exitY=0.3;exitDx=0;exitDy=0;fontSize=10;fontStyle=2" target="trials-data-body" value="reads">
          <mxGeometry relative="1" as="geometry">
            <Array as="points">
              <mxPoint x="1630" y="890" />
              <mxPoint x="1630" y="965" />
            </Array>
            <mxPoint x="1700" y="890" as="sourcePoint" />
            <mxPoint x="1540" y="812" as="targetPoint" />
          </mxGeometry>
        </mxCell>
        <mxCell id="FD7MY1kWJCTWK611tgSF-1" parent="1" style="rounded=0;whiteSpace=wrap;html=1;fillColor=#e1d5e7;strokeColor=#9673a6;fontStyle=1;fontSize=12;verticalAlign=top;spacingTop=8" value="&amp;lt;&amp;gt;&lt;br&gt;aind-data-schema" vertex="1">
          <mxGeometry height="140" width="220" x="-297" y="1240" as="geometry" />
        </mxCell>
        <mxCell id="FD7MY1kWJCTWK611tgSF-2" parent="1" style="text;html=1;strokeColor=none;fillColor=none;align=left;verticalAlign=top;whiteSpace=wrap;fontSize=10;spacingLeft=8;spacingTop=4" value="+ Processing(&lt;br&gt;code_version,&lt;div&gt;code_url,&lt;/div&gt;&lt;div&gt;DataProcess&lt;br&gt;)&amp;nbsp;&lt;/div&gt;&lt;div&gt;+ write_standard_file -&amp;gt; serialized(Processing)&lt;div&gt;&lt;br&gt;&lt;/div&gt;&lt;/div&gt;" vertex="1">
          <mxGeometry height="100" width="220" x="-297" y="1281" as="geometry" />
        </mxCell>
        <mxCell id="FD7MY1kWJCTWK611tgSF-3" edge="1" parent="1" style="endArrow=open;html=1;dashed=1;entryX=1.004;entryY=0.167;entryDx=0;entryDy=0;entryPerimeter=0;" target="FD7MY1kWJCTWK611tgSF-2" value="&lt;i&gt;&amp;lt;&amp;lt;uses&amp;gt;&amp;gt;&lt;/i&gt;">
          <mxGeometry relative="1" x="0.0035" as="geometry">
            <mxPoint as="offset" />
            <mxPoint y="1298" as="sourcePoint" />
            <mxPoint x="43" y="1210" as="targetPoint" />
          </mxGeometry>
        </mxCell>
        <mxCell id="FD7MY1kWJCTWK611tgSF-4" parent="1" style="rounded=0;whiteSpace=wrap;html=1;fillColor=#e1d5e7;strokeColor=#9673a6;fontStyle=1;fontSize=12;verticalAlign=top;spacingTop=8" value="&amp;lt;&amp;gt;&lt;br&gt;aind-data-schema" vertex="1">
          <mxGeometry height="140" width="220" x="1160" y="1690.84" as="geometry" />
        </mxCell>
        <mxCell id="FD7MY1kWJCTWK611tgSF-5" parent="1" style="text;html=1;strokeColor=none;fillColor=none;align=left;verticalAlign=top;whiteSpace=wrap;fontSize=10;spacingLeft=8;spacingTop=4" value="+ QualityControl(&lt;br&gt;&lt;div&gt;QCMetric&lt;br&gt;     ...&lt;br&gt;   )&lt;/div&gt;&lt;div&gt;write_standard_file -&amp;gt;&lt;/div&gt;&lt;div&gt;serialized(QualityControl)&lt;div&gt;&lt;br&gt;&lt;/div&gt;&lt;/div&gt;" vertex="1">
          <mxGeometry height="100" width="220" x="1160" y="1731.84" as="geometry" />
        </mxCell>
        <mxCell id="FD7MY1kWJCTWK611tgSF-6" edge="1" parent="1" style="endArrow=open;html=1;dashed=1;exitX=0.52;exitY=0.997;exitDx=0;exitDy=0;exitPerimeter=0;" value="&lt;i&gt;&amp;lt;&amp;lt;uses&amp;gt;&amp;gt;&lt;/i&gt;">
          <mxGeometry relative="1" x="0.0035" as="geometry">
            <mxPoint as="offset" />
            <mxPoint x="1270.8000000000002" y="1615.0000000000002" as="sourcePoint" />
            <mxPoint x="1270" y="1690.84" as="targetPoint" />
          </mxGeometry>
        </mxCell>
+         <mxCell id="Rhm0QbF2k6lARsZf9r-F-1" parent="1" style="rounded=0;whiteSpace=wrap;html=1;fillColor=#e1d5e7;strokeColor=#9673a6;fontStyle=1;fontSize=12;verticalAlign=top;spacingTop=8" value="&amp;lt;&amp;gt;&lt;br&gt;contraqctor" vertex="1">
+           <mxGeometry height="140" width="220" x="-140" y="109.99999999999969" as="geometry" />
+         </mxCell>
+         <mxCell id="Rhm0QbF2k6lARsZf9r-F-2" parent="1" style="text;html=1;strokeColor=none;fillColor=none;align=left;verticalAlign=top;whiteSpace=wrap;fontSize=10;spacingLeft=8;spacingTop=4" value="+ Dataset(&lt;div&gt;     ...&lt;br&gt;   )&lt;/div&gt;&lt;div&gt;&lt;br&gt;&lt;/div&gt;&lt;div&gt;&lt;br&gt;&lt;/div&gt;&lt;div&gt;&lt;br&gt;&lt;/div&gt;&lt;div&gt;Data contract for HARP data&lt;/div&gt;" vertex="1">
+           <mxGeometry height="100" width="220" x="-140" y="150.9999999999997" as="geometry" />
+         </mxCell>
+         <mxCell id="Rhm0QbF2k6lARsZf9r-F-3" edge="1" parent="1" style="endArrow=open;html=1;dashed=1;" value="&lt;i&gt;&amp;lt;&amp;lt;uses&amp;gt;&amp;gt;&lt;/i&gt;">
+           <mxGeometry relative="1" x="0.0035" as="geometry">
+             <mxPoint as="offset" />
+             <mxPoint x="-31" y="330" as="sourcePoint" />
+             <mxPoint x="-31" y="250" as="targetPoint" />
+           </mxGeometry>
+         </mxCell>
      </root>
    </mxGraphModel>
  </diagram>
</mxfile>
